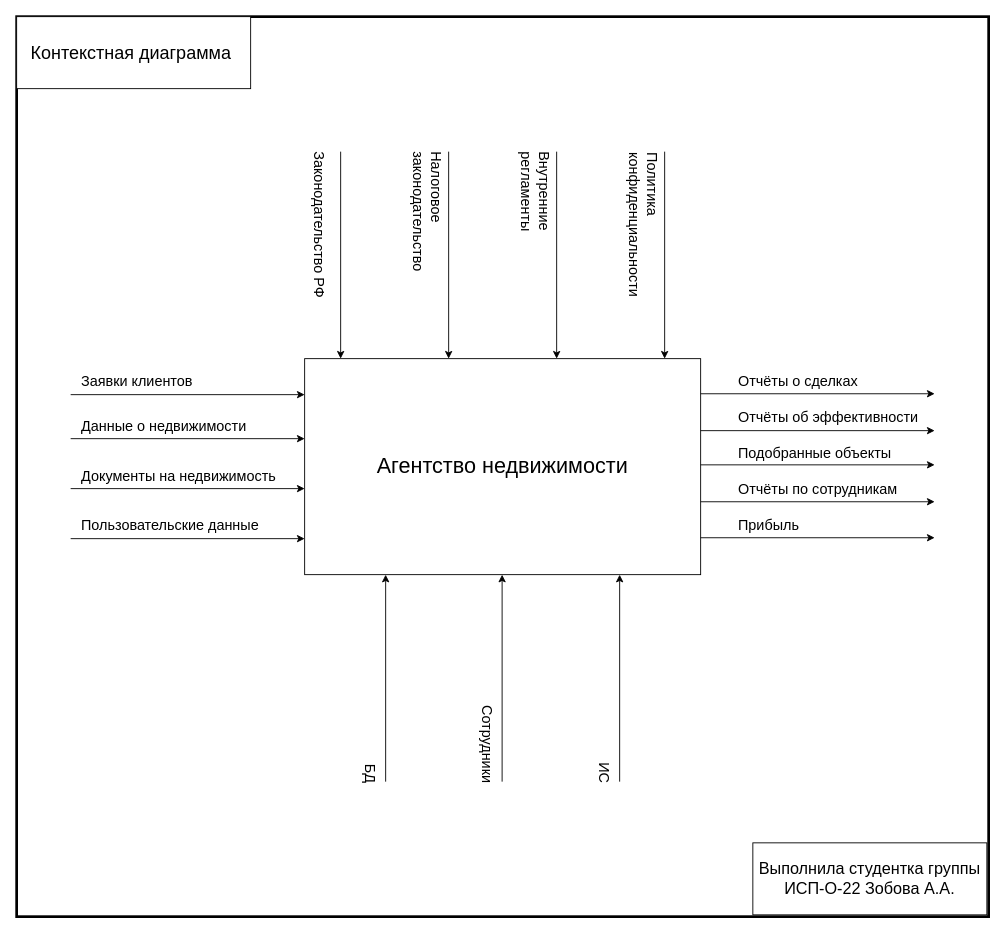
Earlier version of the draw.io diagram page "контекстная диаграмма" (3 of 6) of media/Диаграммы - Попов А.В..drawio (ColdenI/Diploma-IS-food-production). Source tidied: cells renumbered, new cells numbered last; positions are measured from the earlier drawing's top-left corner, leaving out a move shared by most shapes. Both pictures are drawn from the tidied source at 90%, with x=0, y=0 at pixel (16, 16).
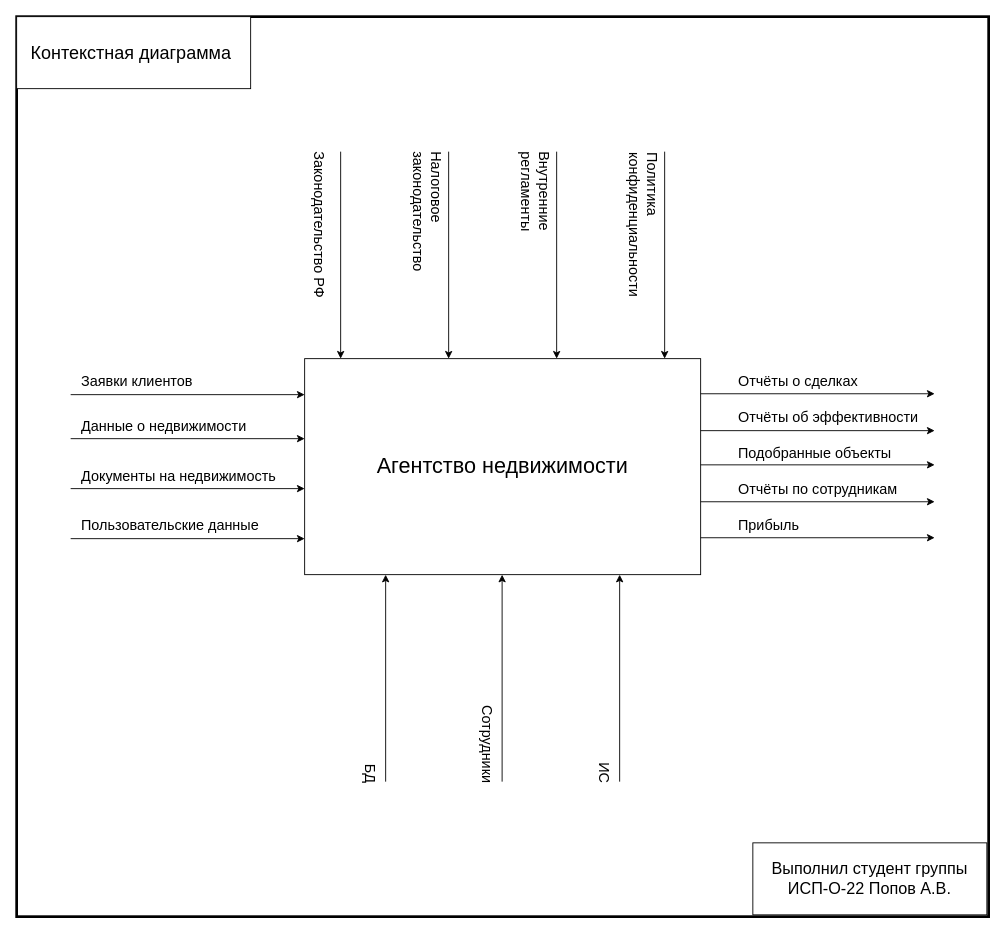
The same diagram, later.

Change to the diagram source:
```diff
@@
-    <mxCell id="37" value="Выполнила студентка группы ИСП-О-22 Зобова А.А." style="rounded=0;whiteSpace=wrap;html=1;fontSize=18;" parent="1" vertex="1">
+    <mxCell id="37" value="Выполнил студент группы ИСП-О-22 Попов А.В." style="rounded=0;whiteSpace=wrap;html=1;fontSize=18;" parent="1" vertex="1">
       <mxGeometry x="818" y="918" width="260" height="80" as="geometry" />
     </mxCell>
```
